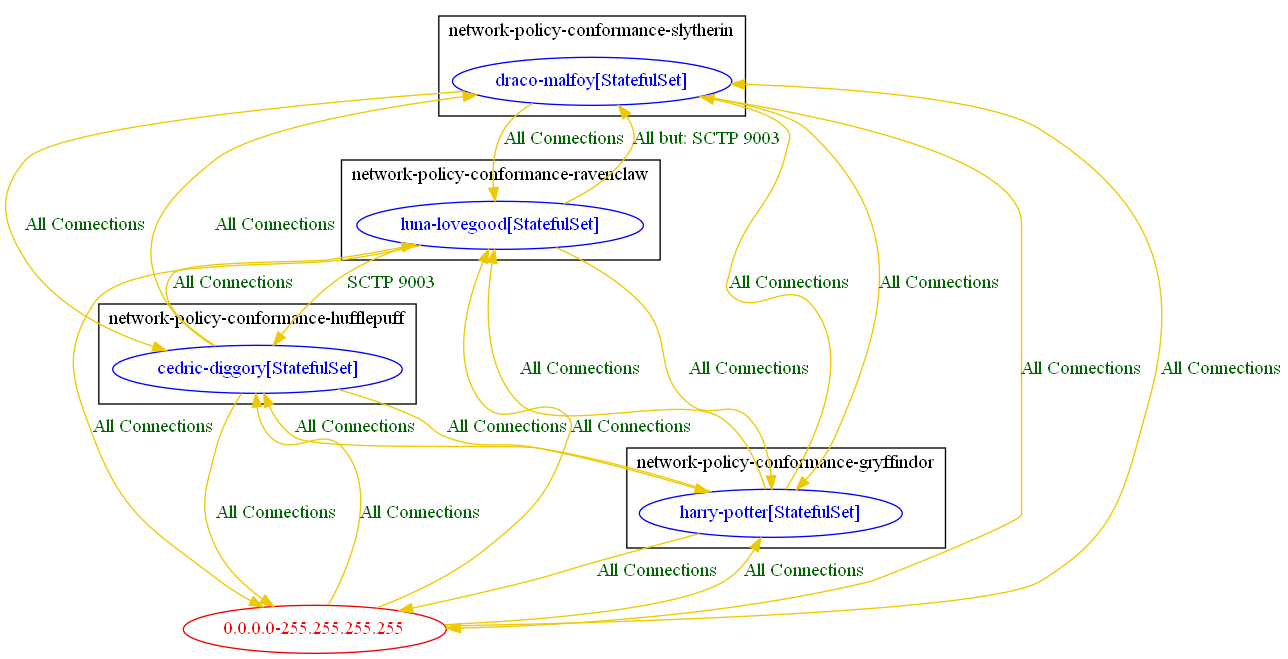
Earlier version of the Graphviz export test_outputs/connlist/anp_test_12_connlist_output.dot.png (np-guard/netpol-analyzer). Its source is kept beside it as test_outputs/connlist/anp_test_12_connlist_output.dot. Source of this version:
```dot
digraph {
	subgraph cluster_network_policy_conformance_gryffindor {
		"network-policy-conformance-gryffindor/harry-potter[StatefulSet]" [label="harry-potter[StatefulSet]" color="blue" fontcolor="blue"]
		label="network-policy-conformance-gryffindor"
	}
	subgraph cluster_network_policy_conformance_hufflepuff {
		"network-policy-conformance-hufflepuff/cedric-diggory[StatefulSet]" [label="cedric-diggory[StatefulSet]" color="blue" fontcolor="blue"]
		label="network-policy-conformance-hufflepuff"
	}
	subgraph cluster_network_policy_conformance_ravenclaw {
		"network-policy-conformance-ravenclaw/luna-lovegood[StatefulSet]" [label="luna-lovegood[StatefulSet]" color="blue" fontcolor="blue"]
		label="network-policy-conformance-ravenclaw"
	}
	subgraph cluster_network_policy_conformance_slytherin {
		"network-policy-conformance-slytherin/draco-malfoy[StatefulSet]" [label="draco-malfoy[StatefulSet]" color="blue" fontcolor="blue"]
		label="network-policy-conformance-slytherin"
	}
	"0.0.0.0-255.255.255.255" [label="0.0.0.0-255.255.255.255" color="red2" fontcolor="red2"]
	"0.0.0.0-255.255.255.255" -> "network-policy-conformance-gryffindor/harry-potter[StatefulSet]" [label="All Connections" color="gold2" fontcolor="darkgreen" weight=0.5]
	"0.0.0.0-255.255.255.255" -> "network-policy-conformance-hufflepuff/cedric-diggory[StatefulSet]" [label="All Connections" color="gold2" fontcolor="darkgreen" weight=0.5]
	"0.0.0.0-255.255.255.255" -> "network-policy-conformance-ravenclaw/luna-lovegood[StatefulSet]" [label="All Connections" color="gold2" fontcolor="darkgreen" weight=0.5]
	"0.0.0.0-255.255.255.255" -> "network-policy-conformance-slytherin/draco-malfoy[StatefulSet]" [label="All Connections" color="gold2" fontcolor="darkgreen" weight=0.5]
	"network-policy-conformance-gryffindor/harry-potter[StatefulSet]" -> "0.0.0.0-255.255.255.255" [label="All Connections" color="gold2" fontcolor="darkgreen" weight=1]
	"network-policy-conformance-gryffindor/harry-potter[StatefulSet]" -> "network-policy-conformance-hufflepuff/cedric-diggory[StatefulSet]" [label="All Connections" color="gold2" fontcolor="darkgreen" weight=0.5]
	"network-policy-conformance-gryffindor/harry-potter[StatefulSet]" -> "network-policy-conformance-ravenclaw/luna-lovegood[StatefulSet]" [label="All Connections" color="gold2" fontcolor="darkgreen" weight=0.5]
	"network-policy-conformance-gryffindor/harry-potter[StatefulSet]" -> "network-policy-conformance-slytherin/draco-malfoy[StatefulSet]" [label="All Connections" color="gold2" fontcolor="darkgreen" weight=0.5]
	"network-policy-conformance-hufflepuff/cedric-diggory[StatefulSet]" -> "0.0.0.0-255.255.255.255" [label="All Connections" color="gold2" fontcolor="darkgreen" weight=1]
	"network-policy-conformance-hufflepuff/cedric-diggory[StatefulSet]" -> "network-policy-conformance-gryffindor/harry-potter[StatefulSet]" [label="All Connections" color="gold2" fontcolor="darkgreen" weight=1]
	"network-policy-conformance-hufflepuff/cedric-diggory[StatefulSet]" -> "network-policy-conformance-ravenclaw/luna-lovegood[StatefulSet]" [label="All Connections" color="gold2" fontcolor="darkgreen" weight=0.5]
	"network-policy-conformance-hufflepuff/cedric-diggory[StatefulSet]" -> "network-policy-conformance-slytherin/draco-malfoy[StatefulSet]" [label="All Connections" color="gold2" fontcolor="darkgreen" weight=0.5]
	"network-policy-conformance-ravenclaw/luna-lovegood[StatefulSet]" -> "0.0.0.0-255.255.255.255" [label="All Connections" color="gold2" fontcolor="darkgreen" weight=1]
	"network-policy-conformance-ravenclaw/luna-lovegood[StatefulSet]" -> "network-policy-conformance-gryffindor/harry-potter[StatefulSet]" [label="All Connections" color="gold2" fontcolor="darkgreen" weight=1]
	"network-policy-conformance-ravenclaw/luna-lovegood[StatefulSet]" -> "network-policy-conformance-hufflepuff/cedric-diggory[StatefulSet]" [label="SCTP 9003" color="gold2" fontcolor="darkgreen" weight=1]
	"network-policy-conformance-ravenclaw/luna-lovegood[StatefulSet]" -> "network-policy-conformance-slytherin/draco-malfoy[StatefulSet]" [label="All but: SCTP 9003" color="gold2" fontcolor="darkgreen" weight=0.5]
	"network-policy-conformance-slytherin/draco-malfoy[StatefulSet]" -> "0.0.0.0-255.255.255.255" [label="All Connections" color="gold2" fontcolor="darkgreen" weight=1]
	"network-policy-conformance-slytherin/draco-malfoy[StatefulSet]" -> "network-policy-conformance-gryffindor/harry-potter[StatefulSet]" [label="All Connections" color="gold2" fontcolor="darkgreen" weight=1]
	"network-policy-conformance-slytherin/draco-malfoy[StatefulSet]" -> "network-policy-conformance-hufflepuff/cedric-diggory[StatefulSet]" [label="All Connections" color="gold2" fontcolor="darkgreen" weight=1]
	"network-policy-conformance-slytherin/draco-malfoy[StatefulSet]" -> "network-policy-conformance-ravenclaw/luna-lovegood[StatefulSet]" [label="All Connections" color="gold2" fontcolor="darkgreen" weight=1]
}
```
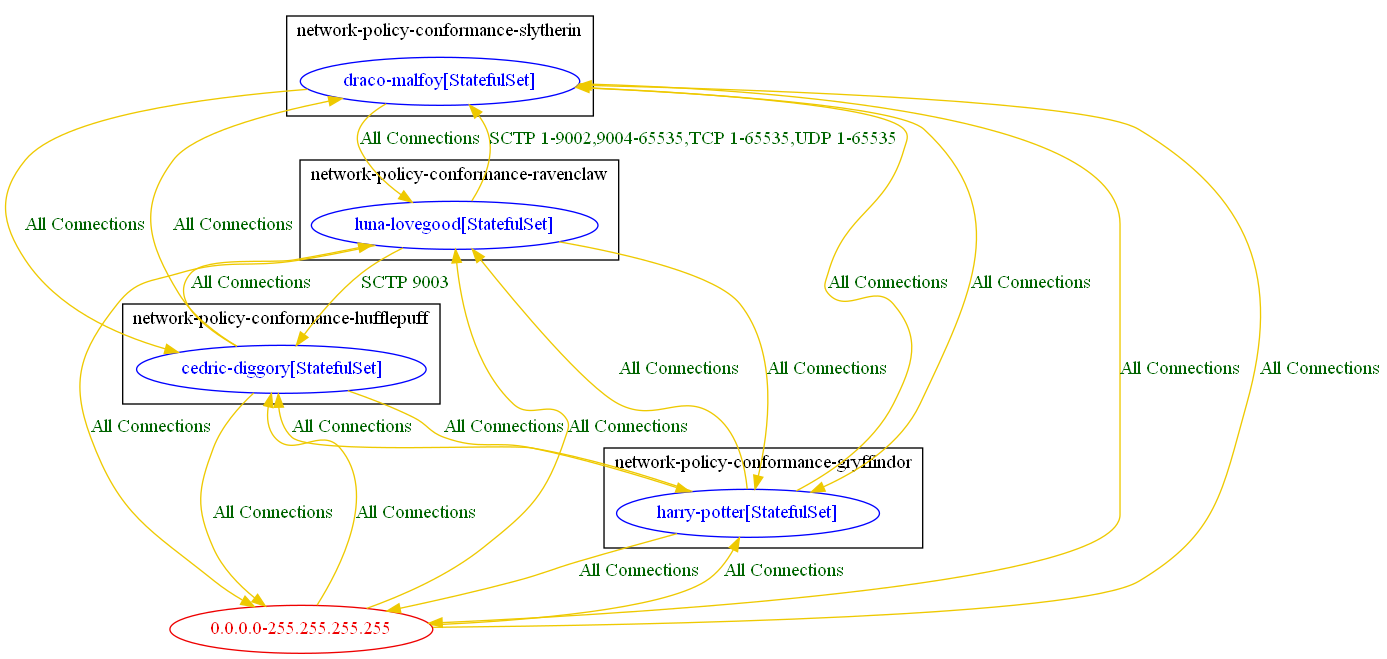
Later version of the same file.

What changed in the source:
```diff
@@ -31,7 +31,7 @@
 	"network-policy-conformance-ravenclaw/luna-lovegood[StatefulSet]" -> "0.0.0.0-255.255.255.255" [label="All Connections" color="gold2" fontcolor="darkgreen" weight=1]
 	"network-policy-conformance-ravenclaw/luna-lovegood[StatefulSet]" -> "network-policy-conformance-gryffindor/harry-potter[StatefulSet]" [label="All Connections" color="gold2" fontcolor="darkgreen" weight=1]
 	"network-policy-conformance-ravenclaw/luna-lovegood[StatefulSet]" -> "network-policy-conformance-hufflepuff/cedric-diggory[StatefulSet]" [label="SCTP 9003" color="gold2" fontcolor="darkgreen" weight=1]
-	"network-policy-conformance-ravenclaw/luna-lovegood[StatefulSet]" -> "network-policy-conformance-slytherin/draco-malfoy[StatefulSet]" [label="All but: SCTP 9003" color="gold2" fontcolor="darkgreen" weight=0.5]
+	"network-policy-conformance-ravenclaw/luna-lovegood[StatefulSet]" -> "network-policy-conformance-slytherin/draco-malfoy[StatefulSet]" [label="SCTP 1-9002,9004-65535,TCP 1-65535,UDP 1-65535" color="gold2" fontcolor="darkgreen" weight=0.5]
 	"network-policy-conformance-slytherin/draco-malfoy[StatefulSet]" -> "0.0.0.0-255.255.255.255" [label="All Connections" color="gold2" fontcolor="darkgreen" weight=1]
 	"network-policy-conformance-slytherin/draco-malfoy[StatefulSet]" -> "network-policy-conformance-gryffindor/harry-potter[StatefulSet]" [label="All Connections" color="gold2" fontcolor="darkgreen" weight=1]
 	"network-policy-conformance-slytherin/draco-malfoy[StatefulSet]" -> "network-policy-conformance-hufflepuff/cedric-diggory[StatefulSet]" [label="All Connections" color="gold2" fontcolor="darkgreen" weight=1]
```
